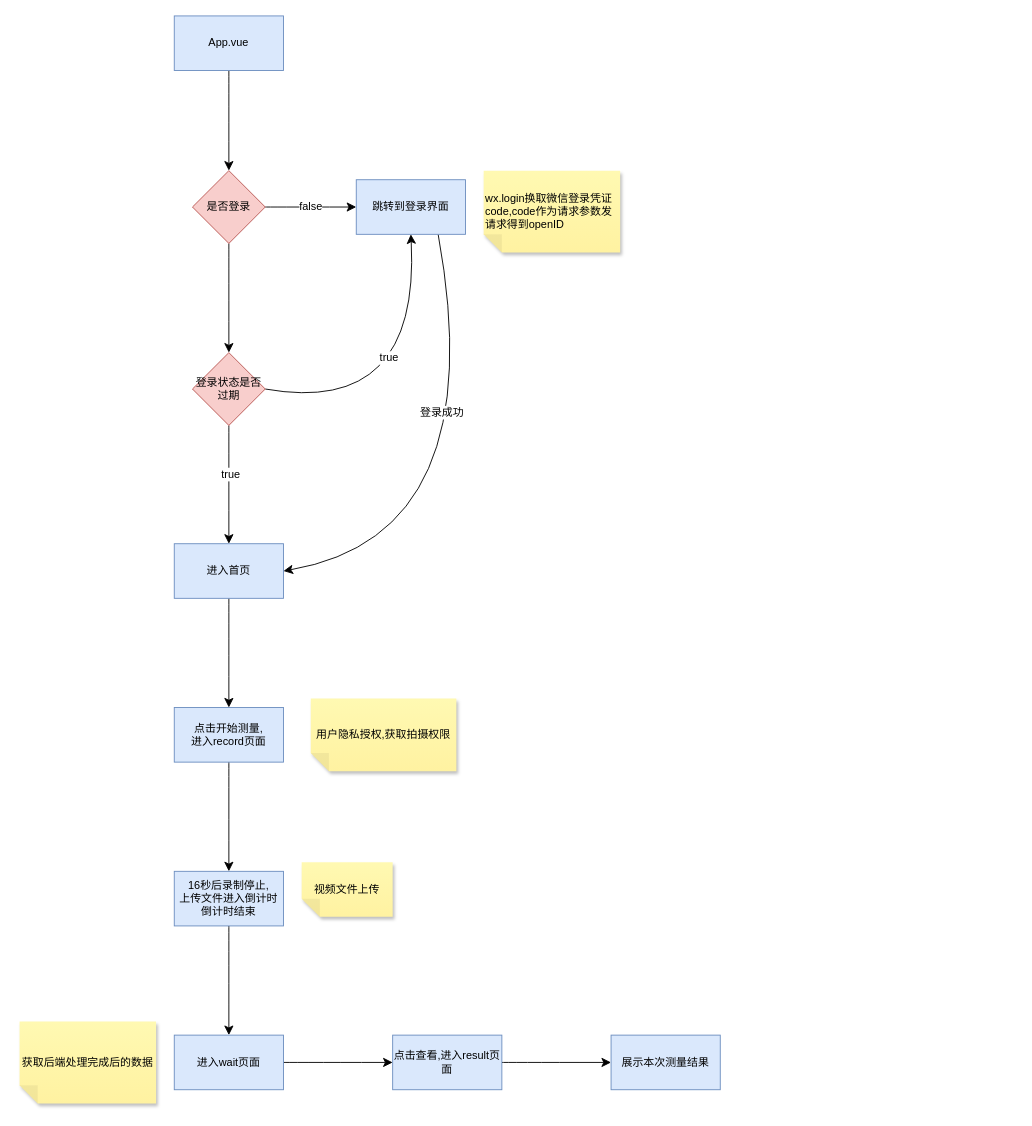
This is 小程序.drawio from calmthinke/notePic, a draw.io file, before an edit. Source tidied: cells renumbered, new cells numbered last; positions are measured from the earlier drawing's top-left corner, leaving out a move shared by most shapes. Both pictures are drawn from the tidied source at 91%, with x=0, y=0 at pixel (19, 15).
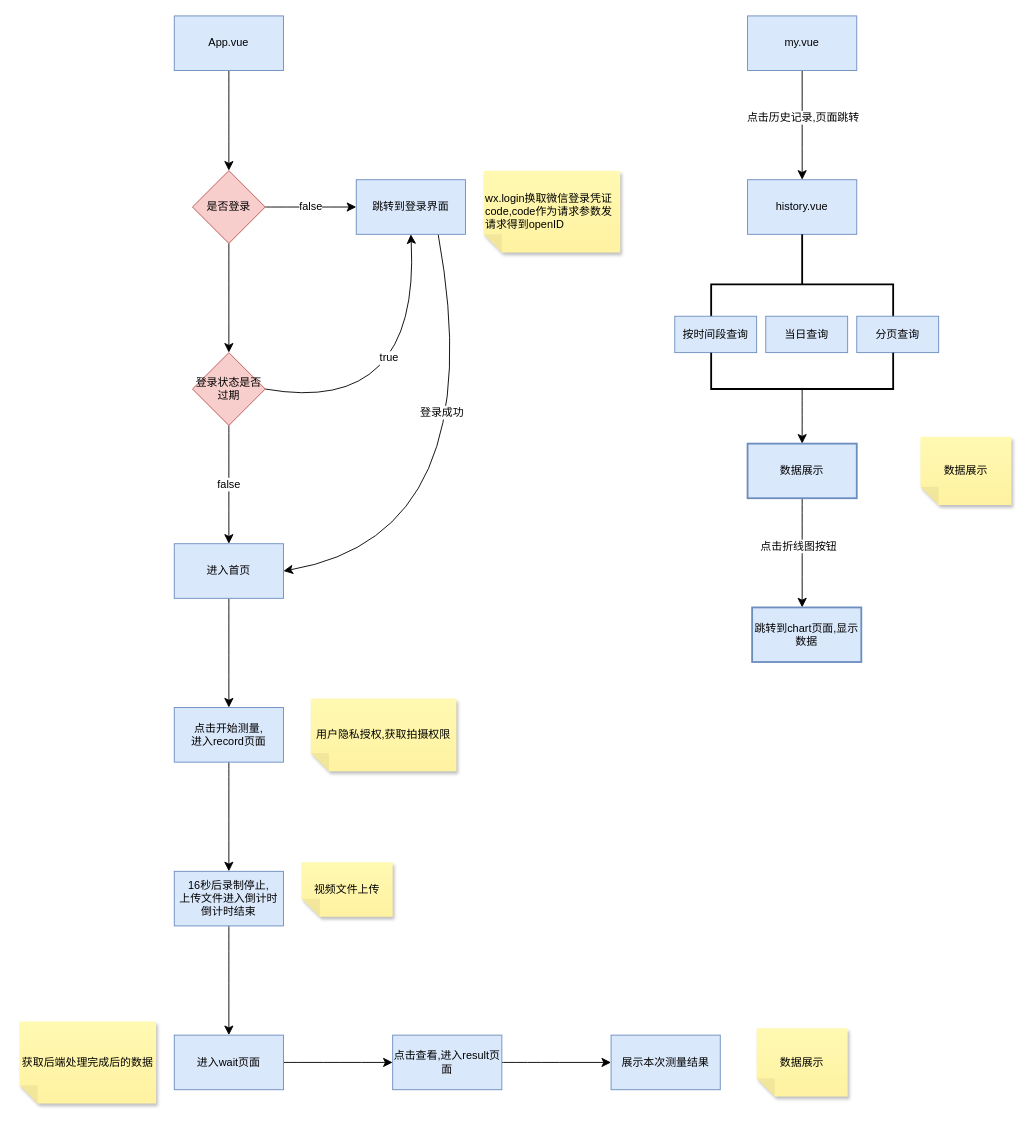
After the change.

Commit message (it also covers changes not shown here):
更新小程序.drawio

Unchanged cells that the change refers to:
```xml
<mxCell id="14" value="登录状态是否过期" style="rhombus;whiteSpace=wrap;html=1;fillColor=#f8cecc;strokeColor=#b85450;rounded=0;" parent="1" vertex="1">
  <mxGeometry x="190" y="370" width="80" height="80" as="geometry" />
</mxCell>
<mxCell id="16" value="进入首页" style="whiteSpace=wrap;html=1;fillColor=#dae8fc;strokeColor=#6c8ebf;rounded=0;" parent="1" vertex="1">
  <mxGeometry x="170" y="580" width="120" height="60" as="geometry" />
</mxCell>
```

The edit, as a diff of the source:
```diff
@@
-    <mxCell id="12" style="edgeStyle=none;curved=1;rounded=0;jettySize=auto;html=1;fontSize=12;startSize=8;endSize=8;" parent="1" edge="1" source="14" target="16">
+    <mxCell id="12" value="false" style="edgeStyle=none;curved=1;rounded=0;jettySize=auto;html=1;fontSize=12;startSize=8;endSize=8;" parent="1" edge="1" source="14" target="16">
       <mxGeometry relative="1" as="geometry" />
     </mxCell>
-    <mxCell id="13" value="true" style="edgeLabel;html=1;align=center;verticalAlign=middle;fontSize=12;" parent="12" vertex="1">
-      <mxGeometry x="-0.18" y="1" relative="1" as="geometry" />
-    </mxCell>
@@
+    <mxCell id="30" style="edgeStyle=none;curved=1;rounded=0;jettySize=auto;html=1;fontSize=12;startSize=8;endSize=8;" parent="1" edge="1" source="32" target="33">
+      <mxGeometry relative="1" as="geometry" />
+    </mxCell>
+    <mxCell id="31" value="点击历史记录,页面跳转" style="edgeLabel;html=1;align=center;verticalAlign=middle;fontSize=12;" parent="30" vertex="1">
+      <mxGeometry x="-0.15" relative="1" as="geometry" />
+    </mxCell>
+    <mxCell id="32" value="my.vue" style="rounded=0;whiteSpace=wrap;html=1;fillColor=#dae8fc;strokeColor=#6c8ebf;" parent="1" vertex="1">
+      <mxGeometry x="800" width="120" height="60" as="geometry" />
+    </mxCell>
+    <mxCell id="33" value="history.vue" style="whiteSpace=wrap;html=1;fillColor=#dae8fc;strokeColor=#6c8ebf;rounded=0;" parent="1" vertex="1">
+      <mxGeometry x="800" y="180" width="120" height="60" as="geometry" />
+    </mxCell>
+    <mxCell id="34" style="strokeWidth=2;html=1;shape=mxgraph.flowchart.annotation_2;align=left;labelPosition=right;direction=south;" parent="1" vertex="1">
+      <mxGeometry x="760" y="240" width="200" height="110" as="geometry" />
+    </mxCell>
+    <mxCell id="35" value="按时间段查询" style="whiteSpace=wrap;html=1;fillColor=#dae8fc;strokeColor=#6c8ebf;rounded=0;" parent="1" vertex="1">
+      <mxGeometry x="720" y="330" width="90" height="40" as="geometry" />
+    </mxCell>
+    <mxCell id="36" value="当日查询" style="whiteSpace=wrap;html=1;fillColor=#dae8fc;strokeColor=#6c8ebf;rounded=0;" parent="1" vertex="1">
+      <mxGeometry x="820" y="330" width="90" height="40" as="geometry" />
+    </mxCell>
+    <mxCell id="37" value="分页查询" style="whiteSpace=wrap;html=1;fillColor=#dae8fc;strokeColor=#6c8ebf;rounded=0;" parent="1" vertex="1">
+      <mxGeometry x="920" y="330" width="90" height="40" as="geometry" />
+    </mxCell>
+    <mxCell id="38" style="edgeStyle=none;curved=1;rounded=0;jettySize=auto;html=1;fontSize=12;startSize=8;endSize=8;" parent="1" edge="1" source="39" target="42">
+      <mxGeometry relative="1" as="geometry" />
+    </mxCell>
+    <mxCell id="39" style="strokeWidth=2;html=1;shape=mxgraph.flowchart.annotation_1;align=left;direction=north;" parent="1" vertex="1">
+      <mxGeometry x="760" y="370" width="200" height="40" as="geometry" />
+    </mxCell>
+    <mxCell id="40" style="edgeStyle=none;curved=1;rounded=0;jettySize=auto;html=1;fontSize=12;startSize=8;endSize=8;" parent="1" edge="1" source="42">
+      <mxGeometry relative="1" as="geometry">
+        <mxPoint x="860" y="650" as="targetPoint" />
+      </mxGeometry>
+    </mxCell>
+    <mxCell id="41" value="点击折线图按钮" style="edgeLabel;html=1;align=center;verticalAlign=middle;fontSize=12;" parent="40" vertex="1">
+      <mxGeometry x="-0.14" y="-5" relative="1" as="geometry" />
+    </mxCell>
+    <mxCell id="42" value="数据展示" style="whiteSpace=wrap;html=1;align=center;strokeWidth=2;fillColor=#dae8fc;strokeColor=#6c8ebf;" parent="1" vertex="1">
+      <mxGeometry x="800" y="470" width="120" height="60" as="geometry" />
+    </mxCell>
+    <mxCell id="43" value="跳转到chart页面,显示数据" style="whiteSpace=wrap;html=1;fillColor=#dae8fc;strokeColor=#6c8ebf;strokeWidth=2;" parent="1" vertex="1">
+      <mxGeometry x="805" y="650" width="120" height="60" as="geometry" />
+    </mxCell>
+    <mxCell id="44" value="数据展示" style="shape=note;whiteSpace=wrap;html=1;backgroundOutline=1;fontColor=#000000;darkOpacity=0.05;fillColor=#FFF9B2;strokeColor=none;fillStyle=solid;direction=west;gradientDirection=north;gradientColor=#FFF2A1;shadow=1;size=20;" parent="1" vertex="1">
+      <mxGeometry x="810" y="1112.5" width="100" height="75" as="geometry" />
+    </mxCell>
+    <mxCell id="45" value="数据展示" style="shape=note;whiteSpace=wrap;html=1;backgroundOutline=1;fontColor=#000000;darkOpacity=0.05;fillColor=#FFF9B2;strokeColor=none;fillStyle=solid;direction=west;gradientDirection=north;gradientColor=#FFF2A1;shadow=1;size=20;" parent="1" vertex="1">
+      <mxGeometry x="990" y="462.5" width="100" height="75" as="geometry" />
+    </mxCell>
```
